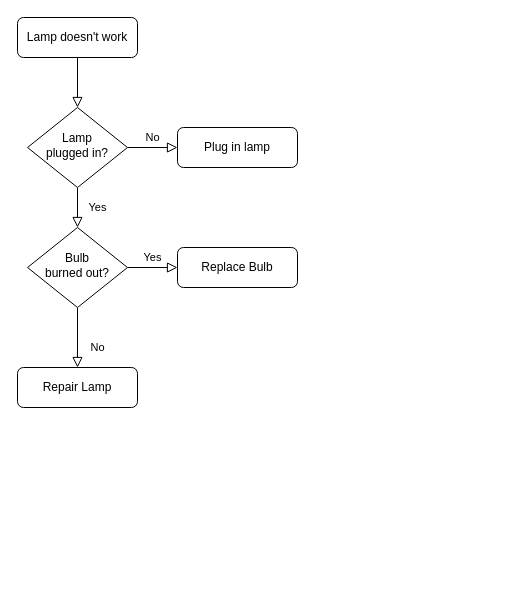
The draw.io diagram Untitled Diagram.drawio in wssaidong/draw.io, before the edit. Source tidied: cells renumbered, new cells numbered last; positions are measured from the earlier drawing's top-left corner, leaving out a move shared by most shapes. Both pictures are drawn from the tidied source at 100%, with x=0, y=0 at pixel (17, 17).
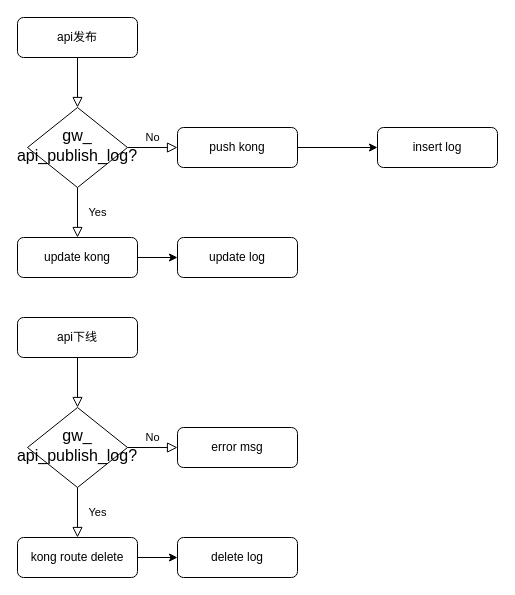
The same diagram, later.

The edit, as a diff of the source:
```diff
@@
-    <mxCell id="3" value="Lamp doesn't work" style="rounded=1;whiteSpace=wrap;html=1;fontSize=12;glass=0;strokeWidth=1;shadow=0;" parent="1" vertex="1">
+    <mxCell id="3" value="api发布" style="rounded=1;whiteSpace=wrap;html=1;fontSize=12;glass=0;strokeWidth=1;shadow=0;" parent="1" vertex="1">
       <mxGeometry width="120" height="40" as="geometry" />
     </mxCell>
-    <mxCell id="4" value="Yes" style="rounded=0;html=1;jettySize=auto;fontSize=11;endArrow=block;endFill=0;endSize=8;strokeWidth=1;shadow=0;labelBackgroundColor=none;edgeStyle=orthogonalEdgeStyle;" parent="1" edge="1" source="6" target="10">
+    <mxCell id="4" value="Yes" style="rounded=0;html=1;jettySize=auto;fontSize=11;endArrow=block;endFill=0;endSize=8;strokeWidth=1;shadow=0;labelBackgroundColor=none;edgeStyle=orthogonalEdgeStyle;entryX=0.5;entryY=0;entryDx=0;entryDy=0;" parent="1" edge="1" source="6" target="11">
       <mxGeometry y="20" relative="1" as="geometry" />
     </mxCell>
@@
-    <mxCell id="6" value="Lamp&lt;br&gt;plugged in?" style="rhombus;whiteSpace=wrap;html=1;shadow=0;fontFamily=Helvetica;fontSize=12;align=center;strokeWidth=1;spacing=6;spacingTop=-4;" parent="1" vertex="1">
+    <mxCell id="6" value="&lt;p class=&quot;MsoNormal&quot;&gt;&lt;span style=&quot;font-size: 12pt&quot;&gt;gw_ api_publish_log?&lt;/span&gt;&lt;/p&gt;" style="rhombus;whiteSpace=wrap;html=1;shadow=0;fontFamily=Helvetica;fontSize=12;align=center;strokeWidth=1;spacing=6;spacingTop=-4;" parent="1" vertex="1">
       <mxGeometry x="10" y="90" width="100" height="80" as="geometry" />
     </mxCell>
+    <mxCell id="13" style="edgeStyle=orthogonalEdgeStyle;rounded=0;jettySize=auto;html=1;" parent="1" edge="1" source="7" target="14">
+      <mxGeometry relative="1" as="geometry" />
+    </mxCell>
-    <mxCell id="7" value="Plug in lamp" style="rounded=1;whiteSpace=wrap;html=1;fontSize=12;glass=0;strokeWidth=1;shadow=0;" parent="1" vertex="1">
+    <mxCell id="7" value="push kong" style="rounded=1;whiteSpace=wrap;html=1;fontSize=12;glass=0;strokeWidth=1;shadow=0;" parent="1" vertex="1">
       <mxGeometry x="160" y="110" width="120" height="40" as="geometry" />
     </mxCell>
+    <mxCell id="14" value="insert log" style="rounded=1;whiteSpace=wrap;html=1;fontSize=12;glass=0;strokeWidth=1;shadow=0;" parent="1" vertex="1">
+      <mxGeometry x="360" y="110" width="120" height="40" as="geometry" />
+    </mxCell>
+    <mxCell id="15" style="edgeStyle=orthogonalEdgeStyle;rounded=0;jettySize=auto;html=1;" parent="1" edge="1" source="11" target="16">
+      <mxGeometry relative="1" as="geometry" />
+    </mxCell>
+    <mxCell id="11" value="update kong" style="rounded=1;whiteSpace=wrap;html=1;fontSize=12;glass=0;strokeWidth=1;shadow=0;" parent="1" vertex="1">
+      <mxGeometry y="220" width="120" height="40" as="geometry" />
+    </mxCell>
+    <mxCell id="16" value="update log" style="rounded=1;whiteSpace=wrap;html=1;fontSize=12;glass=0;strokeWidth=1;shadow=0;" parent="1" vertex="1">
+      <mxGeometry x="160" y="220" width="120" height="40" as="geometry" />
+    </mxCell>
+    <mxCell id="17" style="rounded=0;html=1;jettySize=auto;fontSize=11;endArrow=block;endFill=0;endSize=8;strokeWidth=1;shadow=0;labelBackgroundColor=none;edgeStyle=orthogonalEdgeStyle;" parent="1" edge="1" source="18" target="19">
+      <mxGeometry relative="1" as="geometry" />
+    </mxCell>
+    <mxCell id="18" value="api下线" style="rounded=1;whiteSpace=wrap;html=1;fontSize=12;glass=0;strokeWidth=1;shadow=0;" parent="1" vertex="1">
+      <mxGeometry y="300" width="120" height="40" as="geometry" />
+    </mxCell>
+    <mxCell id="9" value="Yes" style="rounded=0;html=1;jettySize=auto;fontSize=11;endArrow=block;endFill=0;endSize=8;strokeWidth=1;shadow=0;labelBackgroundColor=none;edgeStyle=orthogonalEdgeStyle;entryX=0.5;entryY=0;entryDx=0;entryDy=0;" parent="1" edge="1" source="19" target="22">
+      <mxGeometry y="20" relative="1" as="geometry" />
+    </mxCell>
-    <mxCell id="8" value="No" style="rounded=0;html=1;jettySize=auto;fontSize=11;endArrow=block;endFill=0;endSize=8;strokeWidth=1;shadow=0;labelBackgroundColor=none;edgeStyle=orthogonalEdgeStyle;" parent="1" edge="1" source="10" target="11">
-      <mxGeometry x="0.33" y="20" relative="1" as="geometry" />
+    <mxCell id="8" value="No" style="edgeStyle=orthogonalEdgeStyle;rounded=0;html=1;jettySize=auto;fontSize=11;endArrow=block;endFill=0;endSize=8;strokeWidth=1;shadow=0;labelBackgroundColor=none;" parent="1" edge="1" source="19" target="20">
+      <mxGeometry y="10" relative="1" as="geometry" />
     </mxCell>
-    <mxCell id="9" value="Yes" style="edgeStyle=orthogonalEdgeStyle;rounded=0;html=1;jettySize=auto;fontSize=11;endArrow=block;endFill=0;endSize=8;strokeWidth=1;shadow=0;labelBackgroundColor=none;" parent="1" edge="1" source="10" target="12">
-      <mxGeometry y="10" relative="1" as="geometry" />
-    </mxCell>
-    <mxCell id="10" value="Bulb&lt;br&gt;burned out?" style="rhombus;whiteSpace=wrap;html=1;shadow=0;fontFamily=Helvetica;fontSize=12;align=center;strokeWidth=1;spacing=6;spacingTop=-4;" parent="1" vertex="1">
-      <mxGeometry x="10" y="210" width="100" height="80" as="geometry" />
-    </mxCell>
-    <mxCell id="11" value="Repair Lamp" style="rounded=1;whiteSpace=wrap;html=1;fontSize=12;glass=0;strokeWidth=1;shadow=0;" parent="1" vertex="1">
-      <mxGeometry y="350" width="120" height="40" as="geometry" />
-    </mxCell>
-    <mxCell id="12" value="Replace Bulb" style="rounded=1;whiteSpace=wrap;html=1;fontSize=12;glass=0;strokeWidth=1;shadow=0;" parent="1" vertex="1">
-      <mxGeometry x="160" y="230" width="120" height="40" as="geometry" />
-    </mxCell>
+    <mxCell id="19" value="&lt;p class=&quot;MsoNormal&quot;&gt;&lt;span style=&quot;font-size: 12pt&quot;&gt;gw_ api_publish_log?&lt;/span&gt;&lt;/p&gt;" style="rhombus;whiteSpace=wrap;html=1;shadow=0;fontFamily=Helvetica;fontSize=12;align=center;strokeWidth=1;spacing=6;spacingTop=-4;" parent="1" vertex="1">
+      <mxGeometry x="10" y="390" width="100" height="80" as="geometry" />
+    </mxCell>
+    <mxCell id="20" value="error msg" style="rounded=1;whiteSpace=wrap;html=1;fontSize=12;glass=0;strokeWidth=1;shadow=0;" parent="1" vertex="1">
+      <mxGeometry x="160" y="410" width="120" height="40" as="geometry" />
+    </mxCell>
+    <mxCell id="21" style="edgeStyle=orthogonalEdgeStyle;rounded=0;jettySize=auto;html=1;" parent="1" edge="1" source="22" target="23">
+      <mxGeometry relative="1" as="geometry" />
+    </mxCell>
+    <mxCell id="22" value="kong route delete" style="rounded=1;whiteSpace=wrap;html=1;fontSize=12;glass=0;strokeWidth=1;shadow=0;" parent="1" vertex="1">
+      <mxGeometry y="520" width="120" height="40" as="geometry" />
+    </mxCell>
+    <mxCell id="23" value="delete log" style="rounded=1;whiteSpace=wrap;html=1;fontSize=12;glass=0;strokeWidth=1;shadow=0;" parent="1" vertex="1">
+      <mxGeometry x="160" y="520" width="120" height="40" as="geometry" />
+    </mxCell>
```
